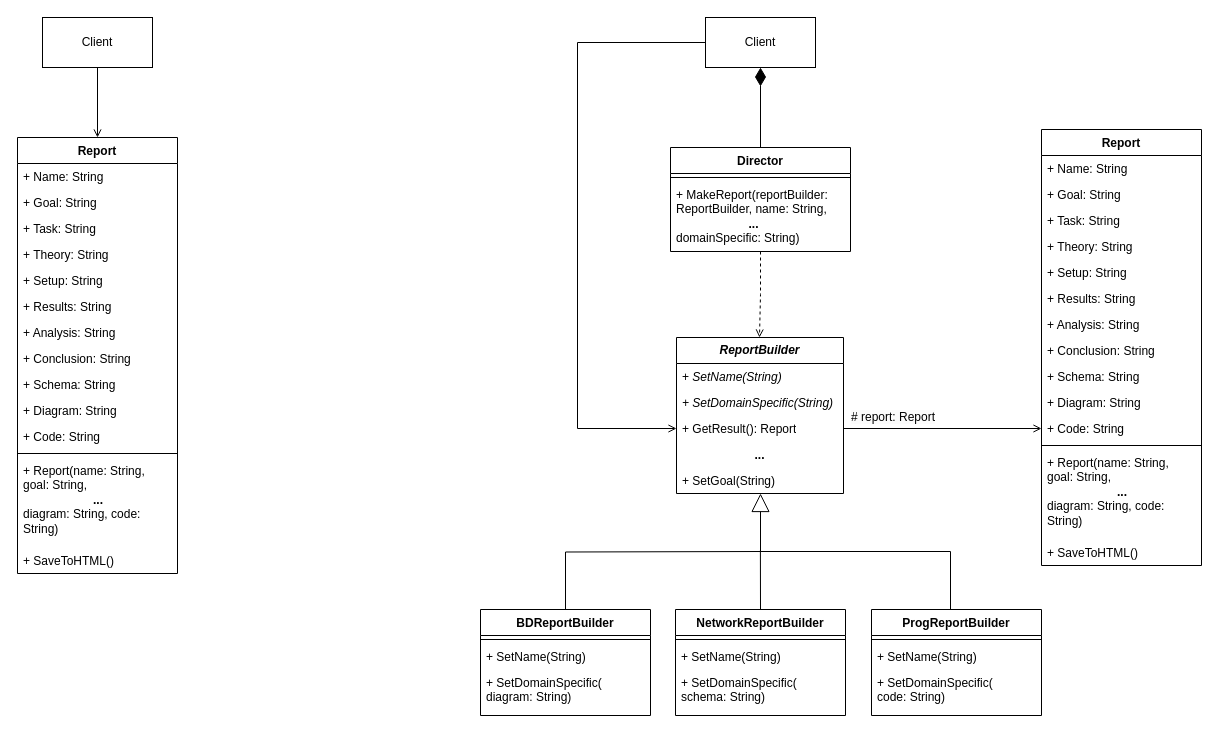
The draw.io diagram Lab_1/Lab_1.drawio in 4lnULpGkuW/OOAD2, before the edit. Source tidied: cells renumbered, new cells numbered last; positions are measured from the earlier drawing's top-left corner, leaving out a move shared by most shapes. Both pictures are drawn from the tidied source at 100%, with x=0, y=0 at pixel (17, 17).
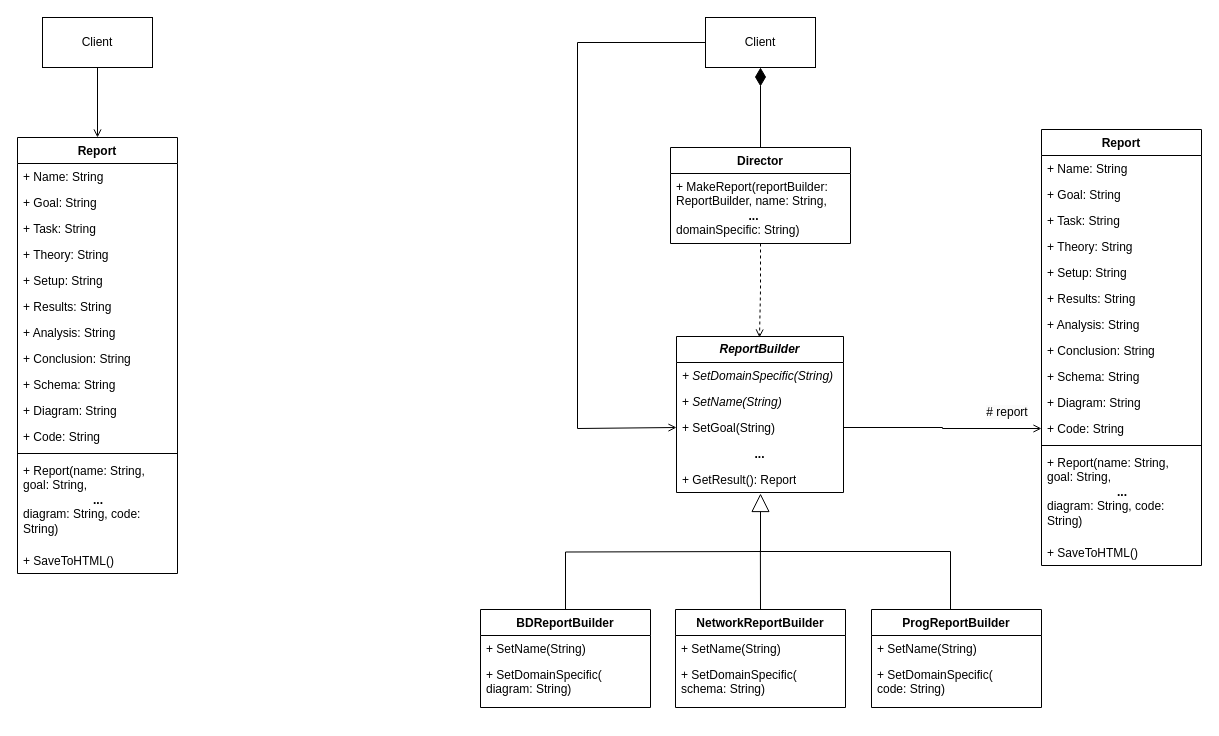
The same page after the edit.

Unchanged cells that the change refers to:
```xml
<mxCell id="30" value="+ Code: String" style="text;strokeColor=none;fillColor=none;align=left;verticalAlign=top;spacingLeft=4;spacingRight=4;overflow=hidden;points=[[0,0.5],[1,0.5]];portConstraint=eastwest;whiteSpace=wrap;html=1;" parent="19" vertex="1">
  <mxGeometry y="286" width="160" height="26" as="geometry" />
</mxCell>
<mxCell id="36" value="Client" style="html=1;whiteSpace=wrap;" parent="1" vertex="1">
  <mxGeometry x="688" width="110" height="50" as="geometry" />
</mxCell>
```

What changed in the source:
```diff
@@
-    <mxCell id="35" style="edgeStyle=orthogonalEdgeStyle;rounded=0;jettySize=auto;html=1;exitX=0;exitY=0.5;exitDx=0;exitDy=0;entryX=0;entryY=0.5;entryDx=0;entryDy=0;endArrow=open;endFill=0;" parent="1" edge="1" source="36" target="61">
+    <mxCell id="35" style="edgeStyle=orthogonalEdgeStyle;rounded=0;jettySize=auto;html=1;exitX=0;exitY=0.5;exitDx=0;exitDy=0;entryX=0;entryY=0.5;entryDx=0;entryDy=0;endArrow=open;endFill=0;" parent="1" edge="1" source="36" target="63">
       <mxGeometry relative="1" as="geometry">
         <Array as="points">
           <mxPoint x="560" y="25" />
           <mxPoint x="560" y="411" />
         </Array>
       </mxGeometry>
     </mxCell>
@@
     <mxCell id="37" value="BDReportBuilder" style="swimlane;fontStyle=1;align=center;verticalAlign=top;horizontal=1;startSize=26;whiteSpace=wrap;html=1;" parent="1" vertex="1">
-      <mxGeometry x="463" y="592" width="170" height="106" as="geometry" />
+      <mxGeometry x="463" y="592" width="170" height="98" as="geometry" />
     </mxCell>
-    <mxCell id="38" style="line;strokeWidth=1;fillColor=none;align=left;verticalAlign=middle;spacingTop=-1;spacingLeft=3;spacingRight=3;labelPosition=right;strokeColor=inherit;" parent="37" vertex="1">
-      <mxGeometry y="26" width="170" height="8" as="geometry" />
-    </mxCell>
     <mxCell id="39" value="+ &lt;span&gt;SetName(String)&lt;/span&gt;" style="text;strokeColor=none;fillColor=none;align=left;verticalAlign=top;spacingLeft=4;spacingRight=4;overflow=hidden;whiteSpace=wrap;html=1;fontStyle=0;" parent="37" vertex="1">
-      <mxGeometry y="34" width="170" height="26" as="geometry" />
+      <mxGeometry y="26" width="170" height="26" as="geometry" />
     </mxCell>
     <mxCell id="40" value="+ SetDomainSpecific(&lt;div&gt;diagram: String)&lt;/div&gt;" style="text;strokeColor=none;fillColor=none;align=left;verticalAlign=top;spacingLeft=4;spacingRight=4;overflow=hidden;whiteSpace=wrap;html=1;" parent="37" vertex="1">
-      <mxGeometry y="60" width="170" height="46" as="geometry" />
+      <mxGeometry y="52" width="170" height="46" as="geometry" />
     </mxCell>
     <mxCell id="41" value="NetworkReportBuilder" style="swimlane;fontStyle=1;align=center;verticalAlign=top;horizontal=1;startSize=26;whiteSpace=wrap;html=1;" parent="1" vertex="1">
-      <mxGeometry x="658" y="592" width="170" height="106" as="geometry" />
+      <mxGeometry x="658" y="592" width="170" height="98" as="geometry" />
     </mxCell>
-    <mxCell id="42" style="line;strokeWidth=1;fillColor=none;align=left;verticalAlign=middle;spacingTop=-1;spacingLeft=3;spacingRight=3;labelPosition=right;strokeColor=inherit;" parent="41" vertex="1">
-      <mxGeometry y="26" width="170" height="8" as="geometry" />
-    </mxCell>
     <mxCell id="43" value="+ &lt;span&gt;SetName(String)&lt;/span&gt;" style="text;strokeColor=none;fillColor=none;align=left;verticalAlign=top;spacingLeft=4;spacingRight=4;overflow=hidden;whiteSpace=wrap;html=1;fontStyle=0;" parent="41" vertex="1">
-      <mxGeometry y="34" width="170" height="26" as="geometry" />
+      <mxGeometry y="26" width="170" height="26" as="geometry" />
     </mxCell>
     <mxCell id="44" value="+ SetDomainSpecific(&lt;div&gt;schema: String)&lt;/div&gt;" style="text;strokeColor=none;fillColor=none;align=left;verticalAlign=top;spacingLeft=4;spacingRight=4;overflow=hidden;whiteSpace=wrap;html=1;" parent="41" vertex="1">
-      <mxGeometry y="60" width="170" height="46" as="geometry" />
+      <mxGeometry y="52" width="170" height="46" as="geometry" />
     </mxCell>
     <mxCell id="45" value="ProgReportBuilder" style="swimlane;fontStyle=1;align=center;verticalAlign=top;horizontal=1;startSize=26;whiteSpace=wrap;html=1;" parent="1" vertex="1">
-      <mxGeometry x="854" y="592" width="170" height="106" as="geometry" />
+      <mxGeometry x="854" y="592" width="170" height="98" as="geometry" />
     </mxCell>
-    <mxCell id="46" style="line;strokeWidth=1;fillColor=none;align=left;verticalAlign=middle;spacingTop=-1;spacingLeft=3;spacingRight=3;labelPosition=right;strokeColor=inherit;" parent="45" vertex="1">
-      <mxGeometry y="26" width="170" height="8" as="geometry" />
-    </mxCell>
     <mxCell id="47" value="+ &lt;span&gt;SetName(String)&lt;/span&gt;" style="text;strokeColor=none;fillColor=none;align=left;verticalAlign=top;spacingLeft=4;spacingRight=4;overflow=hidden;whiteSpace=wrap;html=1;fontStyle=0;" parent="45" vertex="1">
-      <mxGeometry y="34" width="170" height="26" as="geometry" />
+      <mxGeometry y="26" width="170" height="26" as="geometry" />
     </mxCell>
     <mxCell id="48" value="+ SetDomainSpecific(&lt;div&gt;code: String)&lt;/div&gt;" style="text;strokeColor=none;fillColor=none;align=left;verticalAlign=top;spacingLeft=4;spacingRight=4;overflow=hidden;whiteSpace=wrap;html=1;" parent="45" vertex="1">
-      <mxGeometry y="60" width="170" height="46" as="geometry" />
+      <mxGeometry y="52" width="170" height="46" as="geometry" />
     </mxCell>
@@
     <mxCell id="53" value="Director" style="swimlane;fontStyle=1;align=center;verticalAlign=top;horizontal=1;startSize=26;whiteSpace=wrap;html=1;" parent="1" vertex="1">
-      <mxGeometry x="653" y="130" width="180" height="104" as="geometry" />
+      <mxGeometry x="653" y="130" width="180" height="96" as="geometry" />
     </mxCell>
-    <mxCell id="54" style="line;strokeWidth=1;fillColor=none;align=left;verticalAlign=middle;spacingTop=-1;spacingLeft=3;spacingRight=3;labelPosition=right;strokeColor=inherit;" parent="53" vertex="1">
-      <mxGeometry y="26" width="180" height="8" as="geometry" />
-    </mxCell>
     <mxCell id="55" value="+ MakeReport(reportBuilder:&amp;nbsp;&lt;div&gt;&lt;span style=&quot;text-align: center;&quot;&gt;ReportBuilder, name: String,&lt;br&gt;&lt;div style=&quot;text-align: center;&quot;&gt;&lt;b style=&quot;background-color: transparent; text-align: left;&quot;&gt;...&lt;/b&gt;&lt;/div&gt;&lt;/span&gt;domainSpecific: String)&lt;/div&gt;" style="text;strokeColor=none;fillColor=none;align=left;verticalAlign=top;spacingLeft=4;spacingRight=4;overflow=hidden;whiteSpace=wrap;html=1;" parent="53" vertex="1">
-      <mxGeometry y="34" width="180" height="70" as="geometry" />
+      <mxGeometry y="26" width="180" height="70" as="geometry" />
     </mxCell>
-    <mxCell id="56" style="endArrow=open;endSize=6;html=1;rounded=0;edgeStyle=orthogonalEdgeStyle;entryX=0;entryY=0.5;entryDx=0;entryDy=0;endFill=0;exitX=1;exitY=0.5;exitDx=0;exitDy=0;" parent="1" edge="1" source="61" target="30">
+    <mxCell id="56" style="endArrow=open;endSize=6;html=1;rounded=0;edgeStyle=orthogonalEdgeStyle;entryX=0;entryY=0.5;entryDx=0;entryDy=0;endFill=0;exitX=1;exitY=0.5;exitDx=0;exitDy=0;" parent="1" edge="1" source="63" target="30">
       <mxGeometry relative="1" as="geometry" />
     </mxCell>
-    <mxCell id="57" value="&#10;&lt;span style=&quot;color: rgb(0, 0, 0); font-family: Helvetica; font-size: 12px; font-style: normal; font-variant-ligatures: normal; font-variant-caps: normal; font-weight: 400; letter-spacing: normal; orphans: 2; text-align: left; text-indent: 0px; text-transform: none; widows: 2; word-spacing: 0px; -webkit-text-stroke-width: 0px; white-space: normal; background-color: rgb(251, 251, 251); text-decoration-thickness: initial; text-decoration-style: initial; text-decoration-color: initial; display: inline !important; float: none;&quot;&gt;# report: Report&lt;/span&gt;&#10;&#10;" style="text;html=1;align=center;verticalAlign=middle;whiteSpace=wrap;rounded=0;" parent="1" vertex="1">
-      <mxGeometry x="826" y="392" width="100" height="30" as="geometry" />
+    <mxCell id="57" value="&lt;br&gt;&lt;span style=&quot;color: rgb(0, 0, 0); font-family: Helvetica; font-size: 12px; font-style: normal; font-variant-ligatures: normal; font-variant-caps: normal; font-weight: 400; letter-spacing: normal; orphans: 2; text-align: left; text-indent: 0px; text-transform: none; widows: 2; word-spacing: 0px; -webkit-text-stroke-width: 0px; white-space: normal; background-color: rgb(251, 251, 251); text-decoration-thickness: initial; text-decoration-style: initial; text-decoration-color: initial; display: inline !important; float: none;&quot;&gt;# report&lt;/span&gt;&lt;div&gt;&lt;br/&gt;&lt;/div&gt;" style="text;html=1;align=center;verticalAlign=middle;whiteSpace=wrap;rounded=0;" parent="1" vertex="1">
+      <mxGeometry x="940" y="380" width="100" height="30" as="geometry" />
     </mxCell>
     <mxCell id="58" value="&lt;i style=&quot;font-weight: 700;&quot;&gt;ReportBuilder&lt;/i&gt;" style="swimlane;fontStyle=0;horizontal=1;startSize=26;fillColor=none;whiteSpace=wrap;html=1;" parent="1" vertex="1">
-      <mxGeometry x="659" y="320" width="167" height="156" as="geometry" />
+      <mxGeometry x="659" y="319" width="167" height="156" as="geometry" />
     </mxCell>
+    <mxCell id="60" value="&lt;i&gt;+ SetDomainSpecific(String)&lt;/i&gt;" style="text;strokeColor=none;fillColor=none;align=left;verticalAlign=top;spacingLeft=4;spacingRight=4;overflow=hidden;whiteSpace=wrap;html=1;" parent="58" vertex="1">
+      <mxGeometry y="26" width="167" height="26" as="geometry" />
+    </mxCell>
     <mxCell id="59" value="+ &lt;i&gt;SetName(String)&lt;/i&gt;" style="text;strokeColor=none;fillColor=none;align=left;verticalAlign=top;spacingLeft=4;spacingRight=4;overflow=hidden;whiteSpace=wrap;html=1;" parent="58" vertex="1">
-      <mxGeometry y="26" width="167" height="26" as="geometry" />
+      <mxGeometry y="52" width="167" height="26" as="geometry" />
     </mxCell>
-    <mxCell id="60" value="&lt;i&gt;+ SetDomainSpecific(String)&lt;/i&gt;" style="text;strokeColor=none;fillColor=none;align=left;verticalAlign=top;spacingLeft=4;spacingRight=4;overflow=hidden;whiteSpace=wrap;html=1;" parent="58" vertex="1">
-      <mxGeometry y="52" width="167" height="26" as="geometry" />
-    </mxCell>
+    <mxCell id="63" value="+ SetGoal&lt;span style=&quot;background-color: transparent;&quot;&gt;(String)&lt;/span&gt;" style="text;strokeColor=none;fillColor=none;align=left;verticalAlign=top;spacingLeft=4;spacingRight=4;overflow=hidden;points=[[0,0.5],[1,0.5]];portConstraint=eastwest;whiteSpace=wrap;html=1;" parent="58" vertex="1">
+      <mxGeometry y="78" width="167" height="26" as="geometry" />
+    </mxCell>
+    <mxCell id="62" value="&lt;b&gt;...&lt;/b&gt;" style="text;strokeColor=none;fillColor=none;align=center;verticalAlign=top;spacingLeft=4;spacingRight=4;overflow=hidden;whiteSpace=wrap;html=1;" parent="58" vertex="1">
+      <mxGeometry y="104" width="167" height="26" as="geometry" />
+    </mxCell>
     <mxCell id="61" value="+ GetResult(): Report" style="text;strokeColor=none;fillColor=none;align=left;verticalAlign=top;spacingLeft=4;spacingRight=4;overflow=hidden;points=[[0,0.5],[1,0.5]];portConstraint=eastwest;whiteSpace=wrap;html=1;" parent="58" vertex="1">
-      <mxGeometry y="78" width="167" height="26" as="geometry" />
+      <mxGeometry y="130" width="167" height="26" as="geometry" />
     </mxCell>
-    <mxCell id="62" value="&lt;b&gt;...&lt;/b&gt;" style="text;strokeColor=none;fillColor=none;align=center;verticalAlign=top;spacingLeft=4;spacingRight=4;overflow=hidden;whiteSpace=wrap;html=1;" parent="58" vertex="1">
-      <mxGeometry y="104" width="167" height="26" as="geometry" />
-    </mxCell>
-    <mxCell id="63" value="+ SetGoal&lt;span style=&quot;background-color: transparent;&quot;&gt;(String)&lt;/span&gt;" style="text;strokeColor=none;fillColor=none;align=left;verticalAlign=top;spacingLeft=4;spacingRight=4;overflow=hidden;points=[[0,0.5],[1,0.5]];portConstraint=eastwest;whiteSpace=wrap;html=1;" parent="58" vertex="1">
-      <mxGeometry y="130" width="167" height="26" as="geometry" />
-    </mxCell>
```
